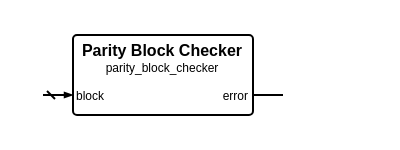
The draw.io diagram sources/error_control/parity/parity_block_checker.symbol.drawio in Louis-DR/OmniCores-BuildingBlocks, before the edit. Source tidied: cells renumbered, new cells numbered last; positions are measured from the earlier drawing's top-left corner, leaving out a move shared by most shapes. Both pictures are drawn from the tidied source at 200%, with x=0, y=0 at pixel (42, 34).
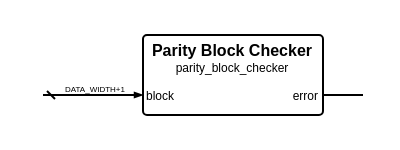
After the change.

What changed in the source:
```diff
@@
 <mxGraphModel>
   <root>
     <mxCell id="0" />
     <mxCell id="1" parent="0" />
     <mxCell id="2" style="group;" parent="1" vertex="1">
-      <mxGeometry width="120" height="40" as="geometry" />
+      <mxGeometry width="160" height="40" as="geometry" />
     </mxCell>
     <mxCell id="3" style="rounded=1;arcSize=5;fillColor=none;strokeWidth=1;strokeColor=black;whiteSpace=wrap;html=1;" parent="2" vertex="1">
-      <mxGeometry x="15" width="90" height="40" as="geometry" />
+      <mxGeometry x="50" width="90" height="40" as="geometry" />
     </mxCell>
     <mxCell id="4" value="Parity Block Checker" style="text;html=1;align=center;verticalAlign=middle;whiteSpace=wrap;rounded=0;fontSize=8;fontStyle=1;fontColor=black;" parent="2" vertex="1">
-      <mxGeometry x="15" y="7" width="90" as="geometry" />
+      <mxGeometry x="50" y="7" width="90" as="geometry" />
     </mxCell>
     <mxCell id="5" value="parity_block_checker" style="text;html=1;align=center;verticalAlign=middle;whiteSpace=wrap;rounded=0;fontSize=6;fontStyle=0;fontColor=black;" parent="2" vertex="1">
-      <mxGeometry x="15" y="16" width="90" as="geometry" />
+      <mxGeometry x="50" y="16" width="90" as="geometry" />
     </mxCell>
     <mxCell id="6" value="block" style="text;html=1;align=left;verticalAlign=middle;whiteSpace=wrap;rounded=0;fontSize=6;fontStyle=0;fontColor=black;" parent="2" vertex="1">
-      <mxGeometry x="15" y="30" width="90" as="geometry" />
+      <mxGeometry x="50" y="30" width="90" as="geometry" />
     </mxCell>
     <mxCell id="7" style="html=1;rounded=1;strokeWidth=1;strokeColor=black;startFill=0;startSize=2;startArrow=dash;endFill=1;endSize=2;endArrow=blockThin;sourcePerimeterSpacing=0;" parent="2" edge="1">
       <mxGeometry relative="1" as="geometry">
         <mxPoint y="30" as="sourcePoint" />
-        <mxPoint x="15" y="30" as="targetPoint" />
+        <mxPoint x="50" y="30" as="targetPoint" />
       </mxGeometry>
     </mxCell>
+    <mxCell id="10" value="DATA_WIDTH+1" style="text;html=1;align=center;verticalAlign=middle;whiteSpace=nowrap;rounded=0;fontSize=4;fontStyle=0;fontColor=black;" parent="2" vertex="1">
+      <mxGeometry x="25" y="27" as="geometry" />
+    </mxCell>
     <mxCell id="8" value="error" style="text;html=1;align=right;verticalAlign=middle;whiteSpace=wrap;rounded=0;fontSize=6;fontStyle=0;fontColor=black;" parent="2" vertex="1">
-      <mxGeometry x="15" y="30" width="90" as="geometry" />
+      <mxGeometry x="50" y="30" width="90" as="geometry" />
     </mxCell>
     <mxCell id="9" style="html=1;rounded=1;strokeWidth=1;strokeColor=black;startFill=0;startSize=2;startArrow=none;endFill=1;endSize=2;endArrow=none;sourcePerimeterSpacing=0;" parent="2" edge="1">
       <mxGeometry relative="1" as="geometry">
-        <mxPoint x="120" y="30" as="sourcePoint" />
-        <mxPoint x="105" y="30" as="targetPoint" />
+        <mxPoint x="160" y="30" as="sourcePoint" />
+        <mxPoint x="140" y="30" as="targetPoint" />
       </mxGeometry>
     </mxCell>
   </root>
 </mxGraphModel>
```
